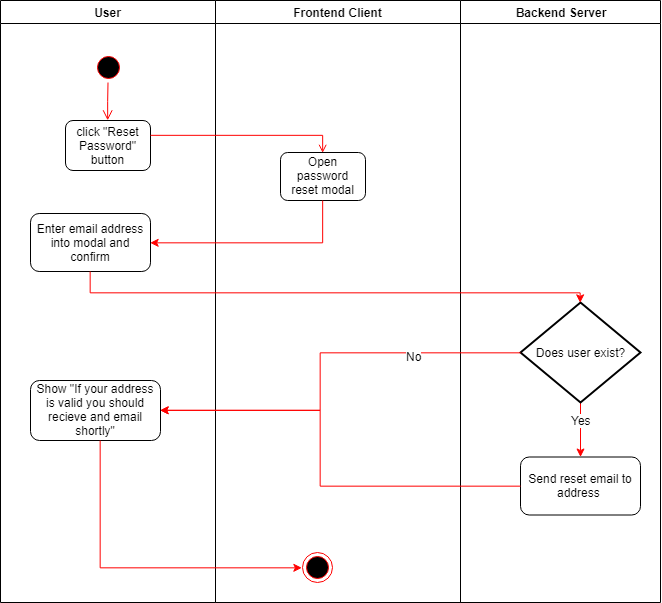
The draw.io diagram ActivityDiagrams/requestPasswordReset.png in DigiWill-dhbw/Documentation, before a commit. Source tidied: cells renumbered, new cells last; positions are measured from the earlier drawing's top-left corner, leaving out a move shared by most shapes. Its diagram source:
```xml
<mxGraphModel>
  <root>
    <mxCell id="0" />
    <mxCell id="1" parent="0" />
    <mxCell id="2" value="User" style="swimlane;whiteSpace=wrap;" parent="1" vertex="1">
      <mxGeometry width="215" height="602" as="geometry" />
    </mxCell>
    <mxCell id="3" style="ellipse;shape=startState;fillColor=#000000;strokeColor=#ff0000;" parent="2" vertex="1">
      <mxGeometry x="92.5" y="52" width="30" height="30" as="geometry" />
    </mxCell>
    <mxCell id="4" style="edgeStyle=elbowEdgeStyle;elbow=horizontal;verticalAlign=bottom;endArrow=open;endSize=8;strokeColor=#FF0000;endFill=1;rounded=0;entryX=0.5;entryY=0;" parent="2" edge="1" source="3" target="5">
      <mxGeometry x="92.5" y="50" as="geometry" />
    </mxCell>
    <mxCell id="5" value="&lt;font style=&quot;font-size: 12px&quot;&gt;click &quot;Reset Password&quot; button&lt;/font&gt;&lt;br&gt;" style="rounded=1;fontSize=10;align=center;html=1;whiteSpace=wrap;" parent="2" vertex="1">
      <mxGeometry x="65" y="120" width="85" height="50" as="geometry" />
    </mxCell>
    <mxCell id="6" value="&lt;font style=&quot;font-size: 12px&quot;&gt;Enter email address into modal and confirm&lt;/font&gt;&lt;br&gt;" style="rounded=1;fontSize=10;align=center;html=1;whiteSpace=wrap;" parent="2" vertex="1">
      <mxGeometry x="30" y="213" width="120" height="58" as="geometry" />
    </mxCell>
    <mxCell id="7" value="&lt;font style=&quot;font-size: 12px&quot;&gt;Show &quot;If your address is valid you should recieve and email shortly&quot;&lt;/font&gt;&lt;br&gt;" style="rounded=1;fontSize=10;align=center;html=1;whiteSpace=wrap;" parent="2" vertex="1">
      <mxGeometry x="30" y="380" width="130" height="60" as="geometry" />
    </mxCell>
    <mxCell id="8" value="Frontend Client" style="swimlane;whiteSpace=wrap;" parent="1" vertex="1">
      <mxGeometry x="215" width="245" height="602" as="geometry" />
    </mxCell>
    <mxCell id="9" style="ellipse;shape=endState;fillColor=#000000;strokeColor=#ff0000;" parent="8" vertex="1">
      <mxGeometry x="86.5" y="552" width="30" height="30" as="geometry" />
    </mxCell>
    <mxCell id="10" value="&lt;font style=&quot;font-size: 12px&quot;&gt;Open password reset modal&lt;/font&gt;&lt;br&gt;" style="rounded=1;fontSize=10;align=center;html=1;whiteSpace=wrap;" parent="8" vertex="1">
      <mxGeometry x="65" y="152" width="85" height="48" as="geometry" />
    </mxCell>
    <mxCell id="11" value="Backend Server" style="swimlane;whiteSpace=wrap;" parent="1" vertex="1">
      <mxGeometry x="460" width="200" height="602" as="geometry" />
    </mxCell>
    <mxCell id="12" value="&lt;font style=&quot;font-size: 10px&quot;&gt;yes&lt;/font&gt;" style="edgeStyle=orthogonalEdgeStyle;html=1;align=left;verticalAlign=top;endArrow=open;endSize=8;strokeColor=#ff0000;rounded=0;" parent="11" edge="1">
      <mxGeometry x="-1" relative="1" as="geometry">
        <mxPoint x="-163" y="342" as="targetPoint" />
        <Array as="points">
          <mxPoint x="-126" y="322" />
          <mxPoint x="-163" y="322" />
        </Array>
      </mxGeometry>
    </mxCell>
    <mxCell id="13" style="edgeStyle=orthogonalEdgeStyle;rounded=0;jettySize=auto;html=1;strokeColor=#FF0000;" parent="11" edge="1" source="15" target="16">
      <mxGeometry relative="1" as="geometry" />
    </mxCell>
    <mxCell id="14" value="Yes" style="text;html=1;align=center;verticalAlign=middle;labelBackgroundColor=#ffffff;" parent="13" vertex="1">
      <mxGeometry x="-0.36" relative="1" as="geometry" />
    </mxCell>
    <mxCell id="15" value="Does user exist?" style="strokeWidth=2;html=1;shape=mxgraph.flowchart.decision;whiteSpace=wrap;" parent="11" vertex="1">
      <mxGeometry x="60" y="302" width="120" height="100" as="geometry" />
    </mxCell>
    <mxCell id="16" value="&lt;font style=&quot;font-size: 12px&quot;&gt;Send reset email to address&amp;nbsp;&lt;/font&gt;&lt;br&gt;" style="rounded=1;fontSize=10;align=center;html=1;whiteSpace=wrap;" parent="11" vertex="1">
      <mxGeometry x="60" y="456.5" width="120" height="58" as="geometry" />
    </mxCell>
    <mxCell id="17" style="edgeStyle=orthogonalEdgeStyle;rounded=0;html=1;jettySize=auto;strokeColor=#FF0000;endArrow=open;endFill=0;entryX=0.5;entryY=0;entryDx=0;entryDy=0;" parent="1" edge="1" source="5" target="10">
      <mxGeometry relative="1" as="geometry">
        <Array as="points">
          <mxPoint x="323" y="135" />
        </Array>
      </mxGeometry>
    </mxCell>
    <mxCell id="18" style="edgeStyle=orthogonalEdgeStyle;rounded=0;jettySize=auto;html=1;entryX=1;entryY=0.5;entryDx=0;entryDy=0;strokeColor=#FF0000;" parent="1" edge="1" source="10" target="6">
      <mxGeometry relative="1" as="geometry">
        <Array as="points">
          <mxPoint x="323" y="242" />
        </Array>
      </mxGeometry>
    </mxCell>
    <mxCell id="19" style="edgeStyle=orthogonalEdgeStyle;rounded=0;jettySize=auto;html=1;strokeColor=#FF0000;entryX=0.5;entryY=0;entryDx=0;entryDy=0;entryPerimeter=0;" parent="1" edge="1" source="6" target="15">
      <mxGeometry relative="1" as="geometry">
        <Array as="points">
          <mxPoint x="90" y="292" />
          <mxPoint x="580" y="292" />
        </Array>
      </mxGeometry>
    </mxCell>
    <mxCell id="20" style="edgeStyle=orthogonalEdgeStyle;rounded=0;jettySize=auto;html=1;strokeColor=#FF0000;entryX=1;entryY=0.5;entryDx=0;entryDy=0;" parent="1" edge="1" source="15" target="7">
      <mxGeometry relative="1" as="geometry">
        <Array as="points">
          <mxPoint x="320" y="352" />
          <mxPoint x="320" y="411" />
        </Array>
      </mxGeometry>
    </mxCell>
    <mxCell id="21" value="No" style="text;html=1;align=center;verticalAlign=middle;labelBackgroundColor=#ffffff;" parent="20" vertex="1">
      <mxGeometry x="-0.49" y="3" relative="1" as="geometry" />
    </mxCell>
    <mxCell id="22" style="edgeStyle=orthogonalEdgeStyle;rounded=0;jettySize=auto;html=1;strokeColor=#FF0000;entryX=1;entryY=0.5;entryDx=0;entryDy=0;" parent="1" edge="1" source="16" target="7">
      <mxGeometry relative="1" as="geometry">
        <Array as="points">
          <mxPoint x="320" y="486" />
          <mxPoint x="320" y="411" />
        </Array>
      </mxGeometry>
    </mxCell>
    <mxCell id="23" style="edgeStyle=orthogonalEdgeStyle;rounded=0;jettySize=auto;html=1;strokeColor=#FF0000;entryX=0;entryY=0.5;entryDx=0;entryDy=0;" parent="1" edge="1" source="7" target="9">
      <mxGeometry relative="1" as="geometry">
        <Array as="points">
          <mxPoint x="100" y="567" />
        </Array>
      </mxGeometry>
    </mxCell>
  </root>
</mxGraphModel>
```
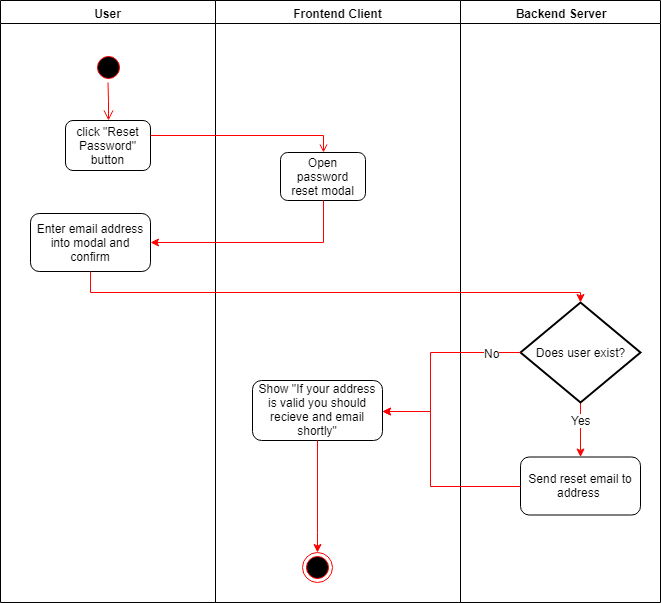
Above is the later version.

Commit message:
Updated "Request password reset" diagrams

Change to the diagram source:
```diff
@@ -17,9 +17,6 @@
     <mxCell id="6" value="&lt;font style=&quot;font-size: 12px&quot;&gt;Enter email address into modal and confirm&lt;/font&gt;&lt;br&gt;" style="rounded=1;fontSize=10;align=center;html=1;whiteSpace=wrap;" parent="2" vertex="1">
       <mxGeometry x="30" y="213" width="120" height="58" as="geometry" />
     </mxCell>
-    <mxCell id="7" value="&lt;font style=&quot;font-size: 12px&quot;&gt;Show &quot;If your address is valid you should recieve and email shortly&quot;&lt;/font&gt;&lt;br&gt;" style="rounded=1;fontSize=10;align=center;html=1;whiteSpace=wrap;" parent="2" vertex="1">
-      <mxGeometry x="30" y="380" width="130" height="60" as="geometry" />
-    </mxCell>
     <mxCell id="8" value="Frontend Client" style="swimlane;whiteSpace=wrap;" parent="1" vertex="1">
       <mxGeometry x="215" width="245" height="602" as="geometry" />
     </mxCell>
@@ -75,31 +72,38 @@
         </Array>
       </mxGeometry>
     </mxCell>
-    <mxCell id="20" style="edgeStyle=orthogonalEdgeStyle;rounded=0;jettySize=auto;html=1;strokeColor=#FF0000;entryX=1;entryY=0.5;entryDx=0;entryDy=0;" parent="1" edge="1" source="15" target="7">
+    <mxCell id="20" style="edgeStyle=orthogonalEdgeStyle;rounded=0;jettySize=auto;html=1;strokeColor=#FF0000;" parent="1" edge="1" source="15" target="7">
       <mxGeometry relative="1" as="geometry">
         <Array as="points">
-          <mxPoint x="320" y="352" />
-          <mxPoint x="320" y="411" />
+          <mxPoint x="430" y="352" />
+          <mxPoint x="430" y="411" />
         </Array>
       </mxGeometry>
     </mxCell>
     <mxCell id="21" value="No" style="text;html=1;align=center;verticalAlign=middle;labelBackgroundColor=#ffffff;" parent="20" vertex="1">
-      <mxGeometry x="-0.49" y="3" relative="1" as="geometry" />
+      <mxGeometry x="-0.49" y="3" relative="1" as="geometry">
+        <mxPoint x="21" y="-3" as="offset" />
+      </mxGeometry>
     </mxCell>
-    <mxCell id="22" style="edgeStyle=orthogonalEdgeStyle;rounded=0;jettySize=auto;html=1;strokeColor=#FF0000;entryX=1;entryY=0.5;entryDx=0;entryDy=0;" parent="1" edge="1" source="16" target="7">
+    <mxCell id="22" style="edgeStyle=orthogonalEdgeStyle;rounded=0;jettySize=auto;html=1;strokeColor=#FF0000;" parent="1" edge="1" source="16" target="7">
       <mxGeometry relative="1" as="geometry">
         <Array as="points">
-          <mxPoint x="320" y="486" />
-          <mxPoint x="320" y="411" />
+          <mxPoint x="430" y="486" />
+          <mxPoint x="430" y="411" />
         </Array>
       </mxGeometry>
     </mxCell>
-    <mxCell id="23" style="edgeStyle=orthogonalEdgeStyle;rounded=0;jettySize=auto;html=1;strokeColor=#FF0000;entryX=0;entryY=0.5;entryDx=0;entryDy=0;" parent="1" edge="1" source="7" target="9">
-      <mxGeometry relative="1" as="geometry">
-        <Array as="points">
-          <mxPoint x="100" y="567" />
-        </Array>
-      </mxGeometry>
-    </mxCell>
+    <mxCell id="7" value="&lt;font style=&quot;font-size: 12px&quot;&gt;Show &quot;If your address is valid you should recieve and email shortly&quot;&lt;/font&gt;&lt;br&gt;" style="rounded=1;fontSize=10;align=center;html=1;whiteSpace=wrap;" parent="1" vertex="1">
+      <mxGeometry x="252" y="380" width="130" height="60" as="geometry" />
+    </mxCell>
+    <mxCell id="24" style="edgeStyle=orthogonalEdgeStyle;rounded=0;jettySize=auto;html=1;strokeColor=#FF0000;entryX=0.5;entryY=0;entryDx=0;entryDy=0;" parent="1" edge="1" target="9">
+      <mxGeometry relative="1" as="geometry">
+        <mxPoint x="317" y="440" as="sourcePoint" />
+        <Array as="points">
+          <mxPoint x="317" y="532" />
+          <mxPoint x="317" y="532" />
+        </Array>
+      </mxGeometry>
+    </mxCell>
   </root>
 </mxGraphModel>
```
